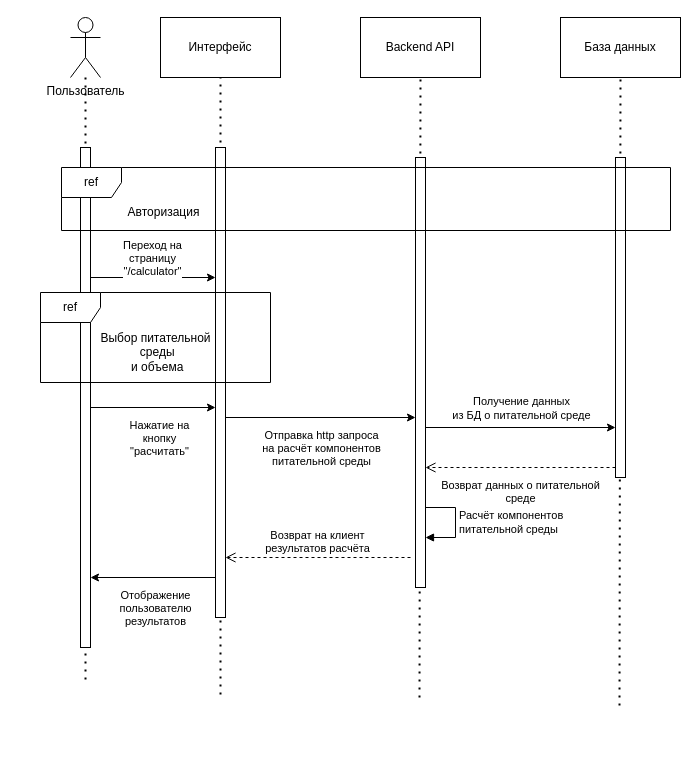
eva01pilot/plant-tissue-diagrams keeps this draw.io diagram as sequence_use-calculator.drawio. Above is the earlier version. Source tidied: cells renumbered, new cells numbered last; positions are measured from the earlier drawing's top-left corner, leaving out a move shared by most shapes. Both pictures are drawn from the tidied source at 100%, with x=0, y=0 at pixel (40, 17).
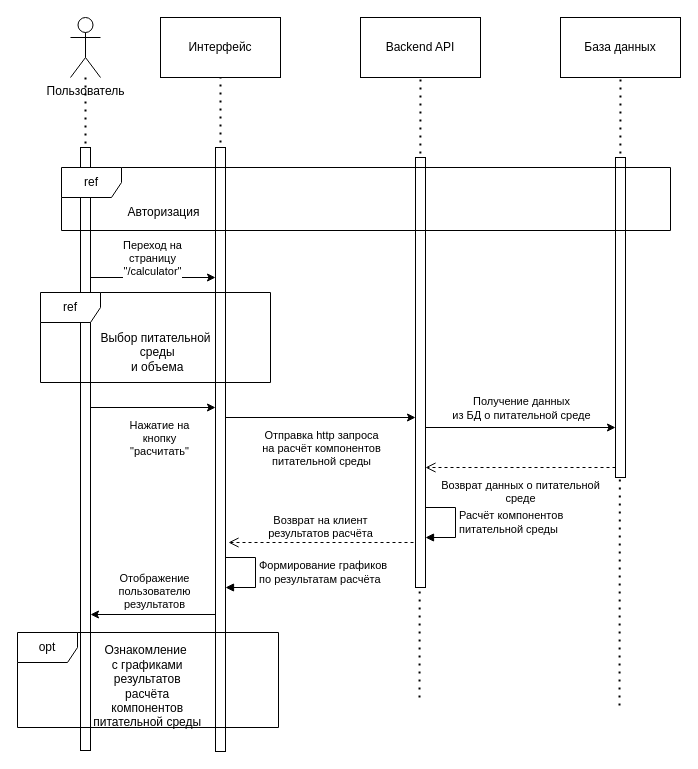
After the change.

The edit, as a diff of the source:
```diff
@@
     <mxCell id="8" style="html=1;points=[[0,0,0,0,5],[0,1,0,0,-5],[1,0,0,0,5],[1,1,0,0,-5]];perimeter=orthogonalPerimeter;outlineConnect=0;targetShapes=umlLifeline;portConstraint=eastwest;newEdgeStyle={&quot;curved&quot;:0,&quot;rounded&quot;:0};" parent="1" vertex="1">
-      <mxGeometry x="40" y="130" width="10" height="500" as="geometry" />
+      <mxGeometry x="40" y="130" width="10" height="603" as="geometry" />
     </mxCell>
     <mxCell id="9" style="html=1;points=[[0,0,0,0,5],[0,1,0,0,-5],[1,0,0,0,5],[1,1,0,0,-5]];perimeter=orthogonalPerimeter;outlineConnect=0;targetShapes=umlLifeline;portConstraint=eastwest;newEdgeStyle={&quot;curved&quot;:0,&quot;rounded&quot;:0};" parent="1" vertex="1">
-      <mxGeometry x="175" y="130" width="10" height="470" as="geometry" />
+      <mxGeometry x="175" y="130" width="10" height="604" as="geometry" />
     </mxCell>
@@
-    <mxCell id="28" value="&lt;div&gt;Возврат на клиент&lt;/div&gt;&lt;div&gt;результатов расчёта&lt;br&gt;&lt;/div&gt;" style="html=1;verticalAlign=bottom;endArrow=open;dashed=1;endSize=8;curved=0;rounded=0;" parent="1" edge="1" target="9">
+    <mxCell id="28" value="&lt;div&gt;Возврат на клиент&lt;/div&gt;&lt;div&gt;результатов расчёта&lt;br&gt;&lt;/div&gt;" style="html=1;verticalAlign=bottom;endArrow=open;dashed=1;endSize=8;curved=0;rounded=0;" parent="1" edge="1">
       <mxGeometry relative="1" as="geometry">
-        <mxPoint x="370" y="540" as="sourcePoint" />
+        <mxPoint x="373" y="525" as="sourcePoint" />
+        <mxPoint x="188" y="525" as="targetPoint" />
       </mxGeometry>
     </mxCell>
     <mxCell id="29" style="endArrow=classic;html=1;rounded=0;" parent="1" edge="1">
       <mxGeometry relative="1" as="geometry">
-        <mxPoint x="175" y="560" as="sourcePoint" />
-        <mxPoint x="50" y="560" as="targetPoint" />
+        <mxPoint x="175" y="597" as="sourcePoint" />
+        <mxPoint x="50" y="597" as="targetPoint" />
       </mxGeometry>
     </mxCell>
     <mxCell id="30" value="&lt;div&gt;Отображение &lt;br&gt;&lt;/div&gt;&lt;div&gt;пользователю&lt;/div&gt;&lt;div&gt;результатов&lt;br&gt;&lt;/div&gt;" style="edgeLabel;html=1;align=center;verticalAlign=middle;" parent="29" vertex="1">
       <mxGeometry x="0.02" y="3" relative="1" as="geometry">
-        <mxPoint x="3" y="27" as="offset" />
+        <mxPoint x="2" y="-27" as="offset" />
       </mxGeometry>
     </mxCell>
+    <mxCell id="31" value="&lt;div&gt;Формирование графиков&lt;/div&gt;&lt;div&gt;по результатам расчёта&lt;br&gt;&lt;/div&gt;" style="html=1;align=left;spacingLeft=2;endArrow=block;rounded=0;edgeStyle=orthogonalEdgeStyle;curved=0;rounded=0;" parent="1" edge="1" target="9">
+      <mxGeometry relative="1" as="geometry">
+        <mxPoint x="185" y="540" as="sourcePoint" />
+        <Array as="points">
+          <mxPoint x="215" y="540" />
+          <mxPoint x="215" y="570" />
+        </Array>
+      </mxGeometry>
+    </mxCell>
+    <mxCell id="32" value="opt" style="shape=umlFrame;whiteSpace=wrap;html=1;" parent="1" vertex="1">
+      <mxGeometry x="-23" y="615" width="261" height="95" as="geometry" />
+    </mxCell>
+    <mxCell id="33" value="&lt;div&gt;Ознакомление&lt;/div&gt;&lt;div&gt;&amp;nbsp;с графиками&lt;/div&gt;&lt;div&gt;&amp;nbsp;результатов&lt;/div&gt;&lt;div&gt;&amp;nbsp;расчёта&lt;/div&gt;&lt;div&gt;&amp;nbsp;компонентов&lt;/div&gt;&lt;div&gt;&amp;nbsp;питательной среды&lt;/div&gt;" style="text;html=1;align=center;verticalAlign=middle;strokeColor=none;fillColor=none;" parent="1" vertex="1">
+      <mxGeometry x="40" y="620" width="130" height="98" as="geometry" />
+    </mxCell>
```
